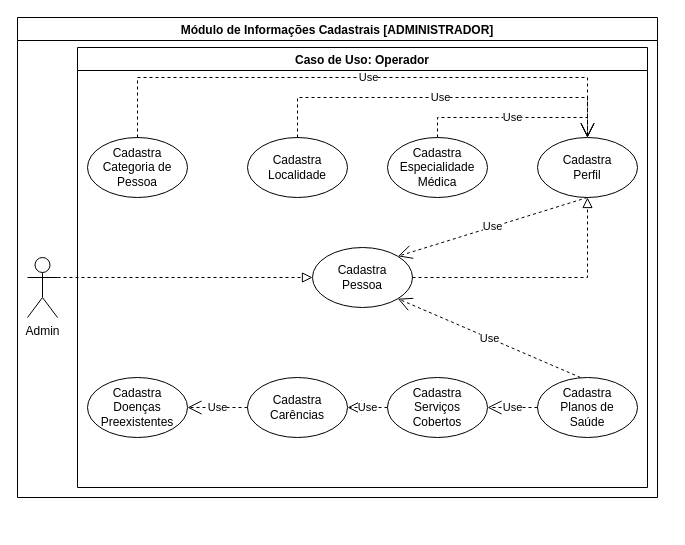
kikoluiss/tcc-puc keeps this draw.io diagram as page "MIC-Operator" (2 of 3) of PUC-GISA-M1.drawio. Above is the earlier version. Source tidied: cells renumbered, new cells numbered last; positions are measured from the earlier drawing's top-left corner, leaving out a move shared by most shapes. Both pictures are drawn from the tidied source at 100%, with x=0, y=0 at pixel (17, 17).
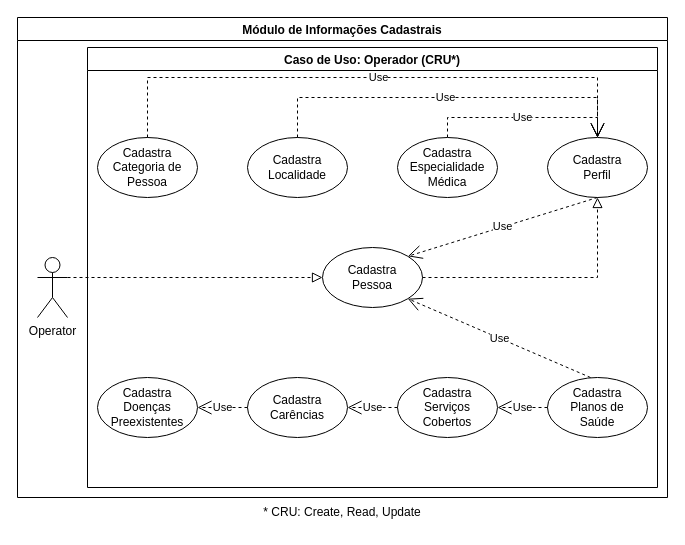
After the change.

Unchanged cells that the change refers to:
```xml
<mxCell id="7" value="Cadastra&lt;br&gt;Perfil" style="ellipse;whiteSpace=wrap;html=1;align=center;newEdgeStyle={&quot;edgeStyle&quot;:&quot;entityRelationEdgeStyle&quot;,&quot;startArrow&quot;:&quot;none&quot;,&quot;endArrow&quot;:&quot;none&quot;,&quot;segment&quot;:10,&quot;curved&quot;:1};" parent="4" vertex="1">
  <mxGeometry x="460" y="90" width="100" height="60" as="geometry" />
</mxCell>
```

Diff of the diagram source:
```diff
@@
-    <mxCell id="2" value="Módulo de Informações Cadastrais [ADMINISTRADOR]" style="swimlane;" parent="1" vertex="1">
-      <mxGeometry width="640" height="480" as="geometry" />
+    <mxCell id="2" value="Módulo de Informações Cadastrais" style="swimlane;" parent="1" vertex="1">
+      <mxGeometry width="650" height="480" as="geometry" />
     </mxCell>
-    <mxCell id="3" value="Admin" style="shape=umlActor;verticalLabelPosition=bottom;verticalAlign=top;html=1;outlineConnect=0;" parent="2" vertex="1">
-      <mxGeometry x="10" y="240" width="30" height="60" as="geometry" />
+    <mxCell id="3" value="Operator" style="shape=umlActor;verticalLabelPosition=bottom;verticalAlign=top;html=1;outlineConnect=0;" parent="2" vertex="1">
+      <mxGeometry x="20" y="240" width="30" height="60" as="geometry" />
     </mxCell>
-    <mxCell id="4" value="Caso de Uso: Operador" style="swimlane;" parent="2" vertex="1">
-      <mxGeometry x="60" y="30" width="570" height="440" as="geometry" />
+    <mxCell id="4" value="Caso de Uso: Operador (CRU*)" style="swimlane;" parent="2" vertex="1">
+      <mxGeometry x="70" y="30" width="570" height="440" as="geometry" />
     </mxCell>
@@
     <mxCell id="8" value="Cadastra&lt;br&gt;Localidade" style="ellipse;whiteSpace=wrap;html=1;align=center;newEdgeStyle={&quot;edgeStyle&quot;:&quot;entityRelationEdgeStyle&quot;,&quot;startArrow&quot;:&quot;none&quot;,&quot;endArrow&quot;:&quot;none&quot;,&quot;segment&quot;:10,&quot;curved&quot;:1};" parent="4" vertex="1">
-      <mxGeometry x="170" y="90" width="100" height="60" as="geometry" />
+      <mxGeometry x="160" y="90" width="100" height="60" as="geometry" />
     </mxCell>
@@
     <mxCell id="12" value="Cadastra Carências" style="ellipse;whiteSpace=wrap;html=1;align=center;newEdgeStyle={&quot;edgeStyle&quot;:&quot;entityRelationEdgeStyle&quot;,&quot;startArrow&quot;:&quot;none&quot;,&quot;endArrow&quot;:&quot;none&quot;,&quot;segment&quot;:10,&quot;curved&quot;:1};" parent="4" vertex="1">
-      <mxGeometry x="170" y="330" width="100" height="60" as="geometry" />
+      <mxGeometry x="160" y="330" width="100" height="60" as="geometry" />
     </mxCell>
@@
     <mxCell id="16" value="Use" style="endArrow=open;endSize=12;dashed=1;html=1;rounded=0;exitX=0.5;exitY=0;exitDx=0;exitDy=0;entryX=0.5;entryY=0;entryDx=0;entryDy=0;" parent="4" edge="1" source="8" target="7">
       <mxGeometry x="-0.01" relative="1" as="geometry">
         <Array as="points">
-          <mxPoint x="220" y="50" />
+          <mxPoint x="210" y="50" />
           <mxPoint x="510" y="50" />
         </Array>
       </mxGeometry>
     </mxCell>
@@
+    <mxCell id="24" value="* CRU: Create, Read, Update" style="text;html=1;strokeColor=none;fillColor=none;align=center;verticalAlign=middle;whiteSpace=wrap;rounded=0;" parent="1" vertex="1">
+      <mxGeometry x="10" y="480" width="630" height="30" as="geometry" />
+    </mxCell>
```
